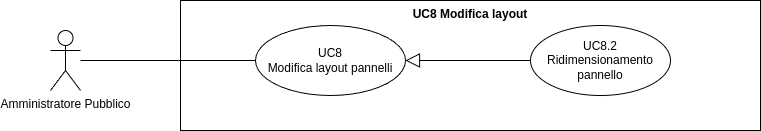
This is src/3_PB/AnalisiDeiRequisiti/assets/UML/UC8.2_Ridimensionamento-pannelli.png from SWATEngineering/Docs, a draw.io export, as it was before one commit. Source tidied: cells renumbered, new cells last; positions are measured from the earlier drawing's top-left corner, leaving out a move shared by most shapes.
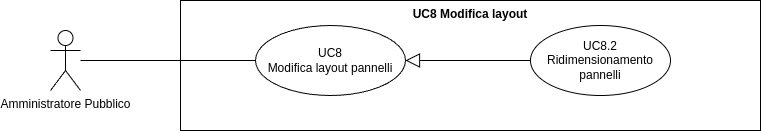
The same file after the commit.

What changed in the source:
```diff
@@ -17,7 +17,7 @@
     <mxCell id="6" style="edgeStyle=none;html=1;endArrow=block;endFill=0;endSize=12;verticalAlign=bottom;rounded=0;exitX=0;exitY=0.5;exitDx=0;exitDy=0;entryX=1;entryY=0.5;entryDx=0;entryDy=0;" parent="1" edge="1" source="7" target="4">
       <mxGeometry relative="1" as="geometry" />
     </mxCell>
-    <mxCell id="7" value="UC8.2 Ridimensionamento pannello" style="ellipse;whiteSpace=wrap;html=1;" parent="1" vertex="1">
+    <mxCell id="7" value="UC8.2 Ridimensionamento pannelli" style="ellipse;whiteSpace=wrap;html=1;" parent="1" vertex="1">
       <mxGeometry x="480" y="25" width="140" height="70" as="geometry" />
     </mxCell>
   </root>
```
